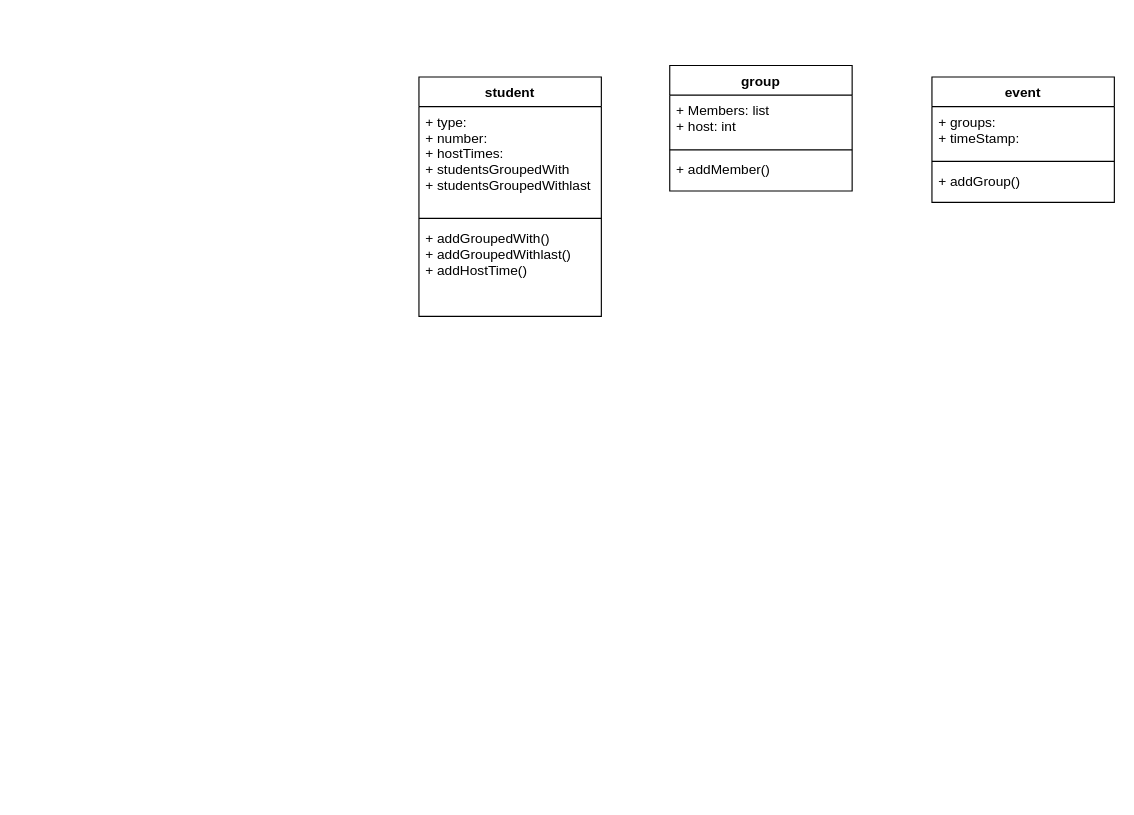
Alexkolby99/DiningWithFriends_Heuristic keeps this draw.io diagram as overview.drawio. Above is the earlier version. Source tidied: cells renumbered, new cells numbered last; positions are measured from the earlier drawing's top-left corner, leaving out a move shared by most shapes. Both pictures are drawn from the tidied source at 114%, with x=0, y=0 at pixel (418, 65).
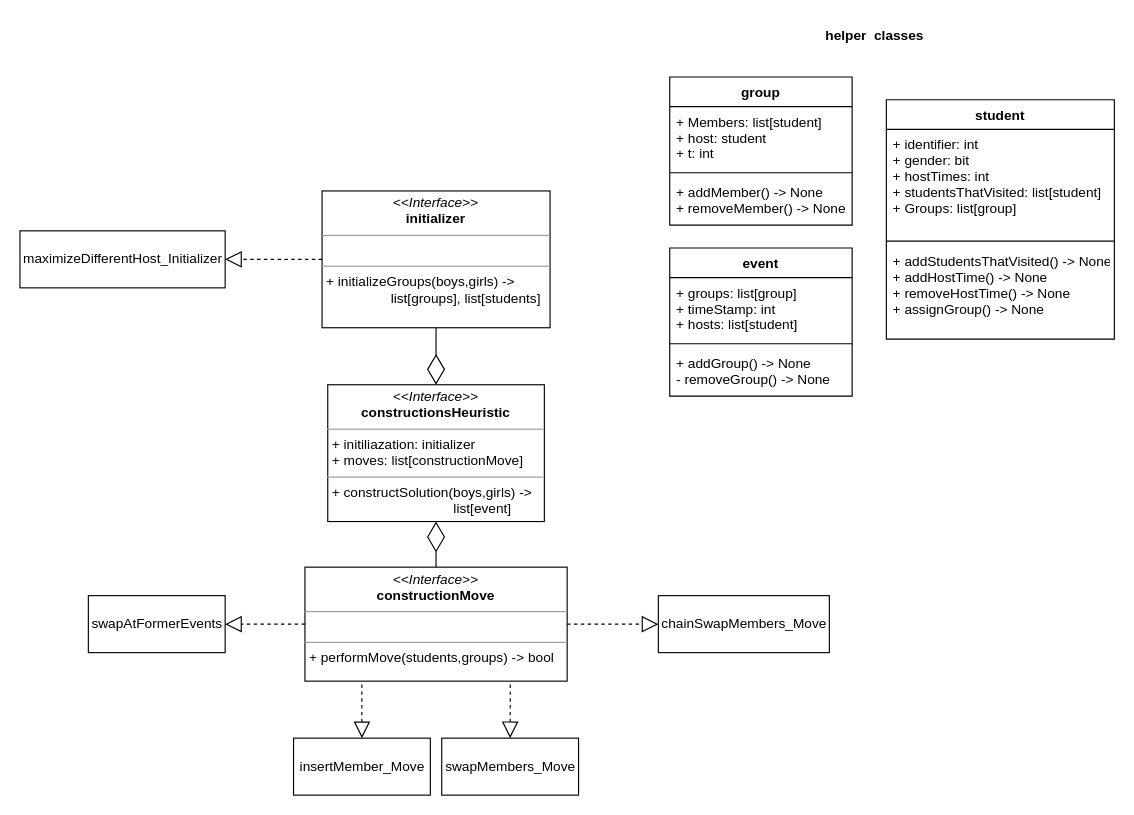
Above is the later version.

Diff of the diagram source:
```diff
@@
     <mxCell id="2" value="student" style="swimlane;fontStyle=1;align=center;verticalAlign=top;horizontal=1;startSize=26;" parent="1" vertex="1">
-      <mxGeometry y="10" width="160" height="210" as="geometry" />
+      <mxGeometry x="410" y="30" width="200" height="210" as="geometry" />
     </mxCell>
-    <mxCell id="3" value="+ type:&#10;+ number:&#10;+ hostTimes:&#10;+ studentsGroupedWith&#10;+ studentsGroupedWithlast" style="text;strokeColor=none;fillColor=none;align=left;verticalAlign=top;spacingLeft=4;spacingRight=4;overflow=hidden;" parent="2" vertex="1">
-      <mxGeometry y="26" width="160" height="94" as="geometry" />
+    <mxCell id="3" value="+ identifier: int&#10;+ gender: bit&#10;+ hostTimes: int&#10;+ studentsThatVisited: list[student]&#10;+ Groups: list[group]" style="text;strokeColor=none;fillColor=none;align=left;verticalAlign=top;spacingLeft=4;spacingRight=4;overflow=hidden;" parent="2" vertex="1">
+      <mxGeometry y="26" width="200" height="94" as="geometry" />
     </mxCell>
     <mxCell id="4" style="line;strokeWidth=1;fillColor=none;align=left;verticalAlign=middle;spacingTop=-1;spacingLeft=3;spacingRight=3;labelPosition=right;strokeColor=inherit;" parent="2" vertex="1">
-      <mxGeometry y="120" width="160" height="8" as="geometry" />
+      <mxGeometry y="120" width="200" height="8" as="geometry" />
     </mxCell>
-    <mxCell id="5" value="+ addGroupedWith()&#10;+ addGroupedWithlast()&#10;+ addHostTime()" style="text;strokeColor=none;fillColor=none;align=left;verticalAlign=top;spacingLeft=4;spacingRight=4;overflow=hidden;" parent="2" vertex="1">
-      <mxGeometry y="128" width="160" height="82" as="geometry" />
+    <mxCell id="5" value="+ addStudentsThatVisited() -&gt; None&#10;+ addHostTime() -&gt; None&#10;+ removeHostTime() -&gt; None&#10;+ assignGroup() -&gt; None" style="text;strokeColor=none;fillColor=none;align=left;verticalAlign=top;spacingLeft=4;spacingRight=4;overflow=hidden;" parent="2" vertex="1">
+      <mxGeometry y="128" width="200" height="82" as="geometry" />
     </mxCell>
     <mxCell id="6" value="group" style="swimlane;fontStyle=1;align=center;verticalAlign=top;horizontal=1;startSize=26;" parent="1" vertex="1">
-      <mxGeometry x="220" width="160" height="110" as="geometry" />
+      <mxGeometry x="220" y="10" width="160" height="130" as="geometry" />
     </mxCell>
-    <mxCell id="7" value="+ Members: list&#10;+ host: int&#10;" style="text;strokeColor=none;fillColor=none;align=left;verticalAlign=top;spacingLeft=4;spacingRight=4;overflow=hidden;" parent="6" vertex="1">
-      <mxGeometry y="26" width="160" height="44" as="geometry" />
+    <mxCell id="7" value="+ Members: list[student]&#10;+ host: student&#10;+ t: int&#10;&#10;&#10;" style="text;strokeColor=none;fillColor=none;align=left;verticalAlign=top;spacingLeft=4;spacingRight=4;overflow=hidden;" parent="6" vertex="1">
+      <mxGeometry y="26" width="160" height="54" as="geometry" />
     </mxCell>
     <mxCell id="8" style="line;strokeWidth=1;fillColor=none;align=left;verticalAlign=middle;spacingTop=-1;spacingLeft=3;spacingRight=3;labelPosition=right;strokeColor=inherit;" parent="6" vertex="1">
-      <mxGeometry y="70" width="160" height="8" as="geometry" />
+      <mxGeometry y="80" width="160" height="8" as="geometry" />
     </mxCell>
-    <mxCell id="9" value="+ addMember()&#10;" style="text;strokeColor=none;fillColor=none;align=left;verticalAlign=top;spacingLeft=4;spacingRight=4;overflow=hidden;" parent="6" vertex="1">
-      <mxGeometry y="78" width="160" height="32" as="geometry" />
+    <mxCell id="9" value="+ addMember() -&gt; None&#10;+ removeMember() -&gt; None" style="text;strokeColor=none;fillColor=none;align=left;verticalAlign=top;spacingLeft=4;spacingRight=4;overflow=hidden;" parent="6" vertex="1">
+      <mxGeometry y="88" width="160" height="42" as="geometry" />
     </mxCell>
     <mxCell id="10" value="event" style="swimlane;fontStyle=1;align=center;verticalAlign=top;horizontal=1;startSize=26;" parent="1" vertex="1">
-      <mxGeometry x="450" y="10" width="160" height="110" as="geometry" />
+      <mxGeometry x="220" y="160" width="160" height="130" as="geometry" />
     </mxCell>
-    <mxCell id="11" value="+ groups:&#10;+ timeStamp:&#10;" style="text;strokeColor=none;fillColor=none;align=left;verticalAlign=top;spacingLeft=4;spacingRight=4;overflow=hidden;" parent="10" vertex="1">
-      <mxGeometry y="26" width="160" height="44" as="geometry" />
+    <mxCell id="11" value="+ groups: list[group]&#10;+ timeStamp: int&#10;+ hosts: list[student]&#10;&#10;" style="text;strokeColor=none;fillColor=none;align=left;verticalAlign=top;spacingLeft=4;spacingRight=4;overflow=hidden;" parent="10" vertex="1">
+      <mxGeometry y="26" width="160" height="54" as="geometry" />
     </mxCell>
     <mxCell id="12" style="line;strokeWidth=1;fillColor=none;align=left;verticalAlign=middle;spacingTop=-1;spacingLeft=3;spacingRight=3;labelPosition=right;strokeColor=inherit;" parent="10" vertex="1">
-      <mxGeometry y="70" width="160" height="8" as="geometry" />
+      <mxGeometry y="80" width="160" height="8" as="geometry" />
     </mxCell>
-    <mxCell id="13" value="+ addGroup()&#10;" style="text;strokeColor=none;fillColor=none;align=left;verticalAlign=top;spacingLeft=4;spacingRight=4;overflow=hidden;" parent="10" vertex="1">
-      <mxGeometry y="78" width="160" height="32" as="geometry" />
+    <mxCell id="13" value="+ addGroup() -&gt; None&#10;- removeGroup() -&gt; None&#10;" style="text;strokeColor=none;fillColor=none;align=left;verticalAlign=top;spacingLeft=4;spacingRight=4;overflow=hidden;" parent="10" vertex="1">
+      <mxGeometry y="88" width="160" height="42" as="geometry" />
     </mxCell>
+    <mxCell id="14" value="&lt;p style=&quot;margin:0px;margin-top:4px;text-align:center;&quot;&gt;&lt;i&gt;&amp;lt;&amp;lt;Interface&amp;gt;&amp;gt;&lt;/i&gt;&lt;br&gt;&lt;b&gt;constructionMove&lt;/b&gt;&lt;/p&gt;&lt;hr size=&quot;1&quot;&gt;&lt;p style=&quot;margin:0px;margin-left:4px;&quot;&gt;&lt;br&gt;&lt;/p&gt;&lt;hr size=&quot;1&quot;&gt;&lt;p style=&quot;margin:0px;margin-left:4px;&quot;&gt;+ performMove(students,groups)&lt;span style=&quot;background-color: initial;&quot;&gt;&amp;nbsp;-&amp;gt; bool&lt;/span&gt;&lt;/p&gt;" style="verticalAlign=top;align=left;overflow=fill;fontSize=12;fontFamily=Helvetica;html=1;" parent="1" vertex="1">
+      <mxGeometry x="-100" y="440" width="230" height="100" as="geometry" />
+    </mxCell>
+    <mxCell id="15" value="&lt;p style=&quot;margin:0px;margin-top:4px;text-align:center;&quot;&gt;&lt;i&gt;&amp;lt;&amp;lt;Interface&amp;gt;&amp;gt;&lt;/i&gt;&lt;br&gt;&lt;b&gt;constructionsHeuristic&lt;/b&gt;&lt;/p&gt;&lt;hr size=&quot;1&quot;&gt;&lt;p style=&quot;margin:0px;margin-left:4px;&quot;&gt;+ initiliazation: initializer&lt;br&gt;+ moves: list[constructionMove]&lt;/p&gt;&lt;hr size=&quot;1&quot;&gt;&lt;p style=&quot;margin:0px;margin-left:4px;&quot;&gt;+ constructSolution(boys,girls) -&amp;gt;&lt;br&gt;&lt;/p&gt;&lt;p style=&quot;margin:0px;margin-left:4px;&quot;&gt;&lt;span style=&quot;white-space: pre;&quot;&gt;&#9;&lt;span style=&quot;white-space: pre;&quot;&gt;&#9;&lt;/span&gt;&lt;span style=&quot;white-space: pre;&quot;&gt;&#9;&lt;/span&gt;&lt;span style=&quot;white-space: pre;&quot;&gt;&#9;&lt;/span&gt;&lt;/span&gt;list[event]&lt;br&gt;&lt;/p&gt;" style="verticalAlign=top;align=left;overflow=fill;fontSize=12;fontFamily=Helvetica;html=1;" parent="1" vertex="1">
+      <mxGeometry x="-80" y="280" width="190" height="120" as="geometry" />
+    </mxCell>
+    <mxCell id="16" value="&lt;p style=&quot;margin:0px;margin-top:4px;text-align:center;&quot;&gt;&lt;i&gt;&amp;lt;&amp;lt;Interface&amp;gt;&amp;gt;&lt;/i&gt;&lt;br&gt;&lt;b&gt;initializer&lt;/b&gt;&lt;/p&gt;&lt;hr size=&quot;1&quot;&gt;&lt;p style=&quot;margin:0px;margin-left:4px;&quot;&gt;&lt;br&gt;&lt;/p&gt;&lt;hr size=&quot;1&quot;&gt;&lt;p style=&quot;margin:0px;margin-left:4px;&quot;&gt;+ initializeGroups(boys,girls) -&amp;gt;&lt;/p&gt;&lt;p style=&quot;margin:0px;margin-left:4px;&quot;&gt;&lt;span style=&quot;white-space: pre;&quot;&gt;&#9;&lt;/span&gt;&lt;span style=&quot;white-space: pre;&quot;&gt;&#9;&lt;/span&gt;&amp;nbsp;list[groups], list[students]&lt;/p&gt;" style="verticalAlign=top;align=left;overflow=fill;fontSize=12;fontFamily=Helvetica;html=1;" parent="1" vertex="1">
+      <mxGeometry x="-85" y="110" width="200" height="120" as="geometry" />
+    </mxCell>
+    <mxCell id="17" value="helper  classes" style="text;align=center;fontStyle=1;verticalAlign=middle;spacingLeft=3;spacingRight=3;strokeColor=none;" parent="1" vertex="1">
+      <mxGeometry x="360" y="-40" width="80" height="26" as="geometry" />
+    </mxCell>
+    <mxCell id="18" style="endArrow=diamondThin;endFill=0;endSize=24;html=1;entryX=0.5;entryY=1;entryDx=0;entryDy=0;" parent="1" edge="1" source="14" target="15">
+      <mxGeometry relative="1" as="geometry" />
+    </mxCell>
+    <mxCell id="19" style="endArrow=diamondThin;endFill=0;endSize=24;html=1;entryX=0.5;entryY=0;entryDx=0;entryDy=0;exitX=0.5;exitY=1;exitDx=0;exitDy=0;" parent="1" edge="1" source="16" target="15">
+      <mxGeometry relative="1" as="geometry" />
+    </mxCell>
+    <mxCell id="20" style="endArrow=block;dashed=1;endFill=0;endSize=12;html=1;exitX=0;exitY=0.5;exitDx=0;exitDy=0;entryX=1;entryY=0.5;entryDx=0;entryDy=0;" parent="1" edge="1" source="16" target="21">
+      <mxGeometry relative="1" as="geometry" />
+    </mxCell>
+    <mxCell id="21" value="maximizeDifferentHost_Initializer" style="html=1;" parent="1" vertex="1">
+      <mxGeometry x="-350" y="145" width="180" height="50" as="geometry" />
+    </mxCell>
+    <mxCell id="22" value="insertMember_Move" style="html=1;" parent="1" vertex="1">
+      <mxGeometry x="-110" y="590" width="120" height="50" as="geometry" />
+    </mxCell>
+    <mxCell id="23" style="endArrow=block;dashed=1;endFill=0;endSize=12;html=1;entryX=0.5;entryY=0;entryDx=0;entryDy=0;exitX=0.217;exitY=1.03;exitDx=0;exitDy=0;exitPerimeter=0;" parent="1" edge="1" source="14" target="22">
+      <mxGeometry relative="1" as="geometry" />
+    </mxCell>
+    <mxCell id="24" value="swapMembers_Move" style="html=1;" parent="1" vertex="1">
+      <mxGeometry x="20" y="590" width="120" height="50" as="geometry" />
+    </mxCell>
+    <mxCell id="25" style="endArrow=block;dashed=1;endFill=0;endSize=12;html=1;entryX=0.5;entryY=0;entryDx=0;entryDy=0;exitX=0.783;exitY=1.03;exitDx=0;exitDy=0;exitPerimeter=0;" parent="1" edge="1" source="14" target="24">
+      <mxGeometry relative="1" as="geometry" />
+    </mxCell>
+    <mxCell id="26" style="endArrow=block;dashed=1;endFill=0;endSize=12;html=1;exitX=1;exitY=0.5;exitDx=0;exitDy=0;entryX=0;entryY=0.5;entryDx=0;entryDy=0;" parent="1" edge="1" source="14" target="27">
+      <mxGeometry relative="1" as="geometry" />
+    </mxCell>
+    <mxCell id="27" value="chainSwapMembers_Move" style="html=1;" parent="1" vertex="1">
+      <mxGeometry x="210" y="465" width="150" height="50" as="geometry" />
+    </mxCell>
+    <mxCell id="28" value="swapAtFormerEvents" style="html=1;" parent="1" vertex="1">
+      <mxGeometry x="-290" y="465" width="120" height="50" as="geometry" />
+    </mxCell>
+    <mxCell id="29" style="endArrow=block;dashed=1;endFill=0;endSize=12;html=1;exitX=0;exitY=0.5;exitDx=0;exitDy=0;" parent="1" edge="1" source="14" target="28">
+      <mxGeometry relative="1" as="geometry" />
+    </mxCell>
```
